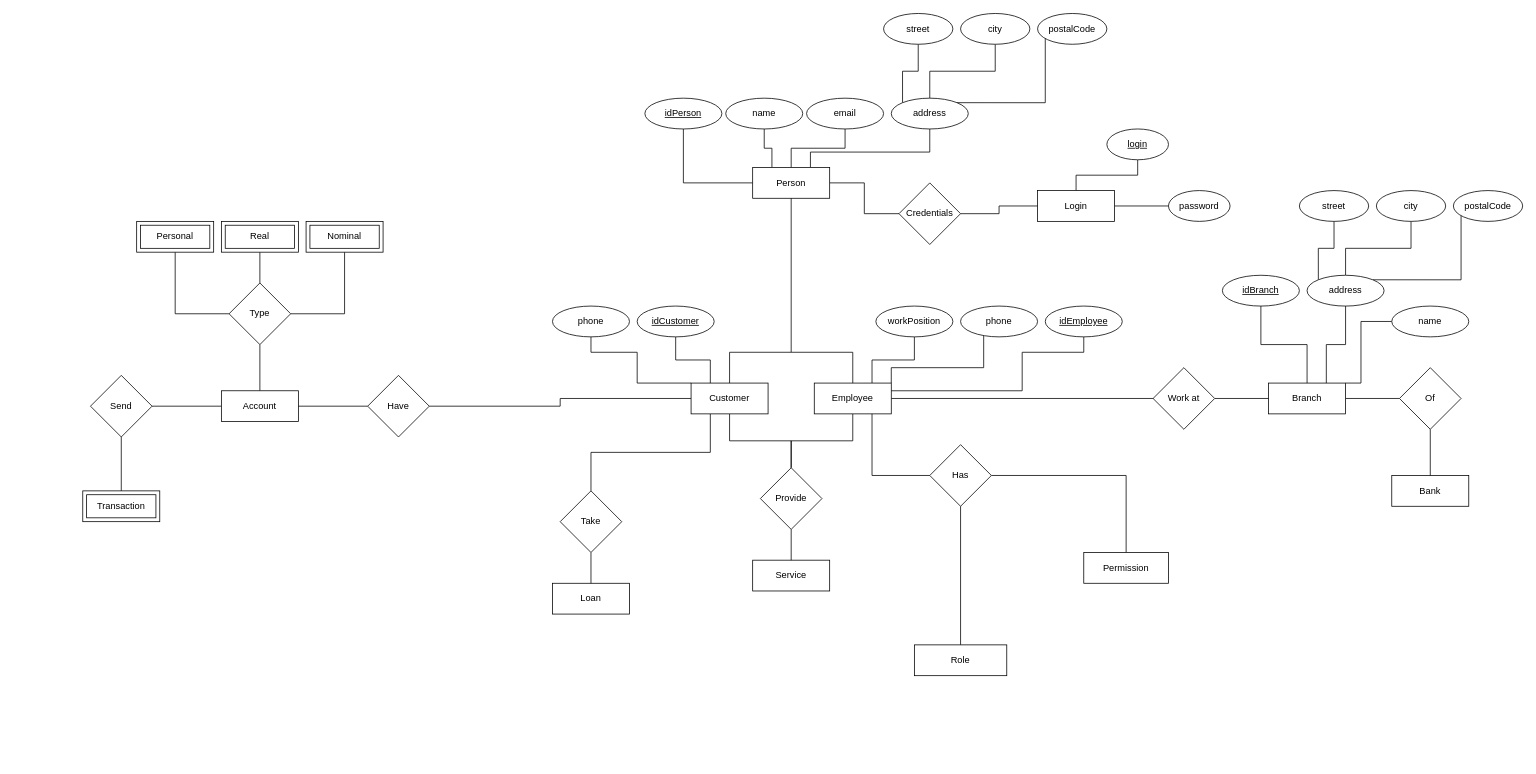
Before: Bank Management System.drawio in verbima1/B0B36DBS, a draw.io diagram. Source tidied: cells renumbered, new cells numbered last; positions are measured from the earlier drawing's top-left corner, leaving out a move shared by most shapes. Both pictures are drawn from the tidied source at 77%, with x=0, y=0 at pixel (82, 13).
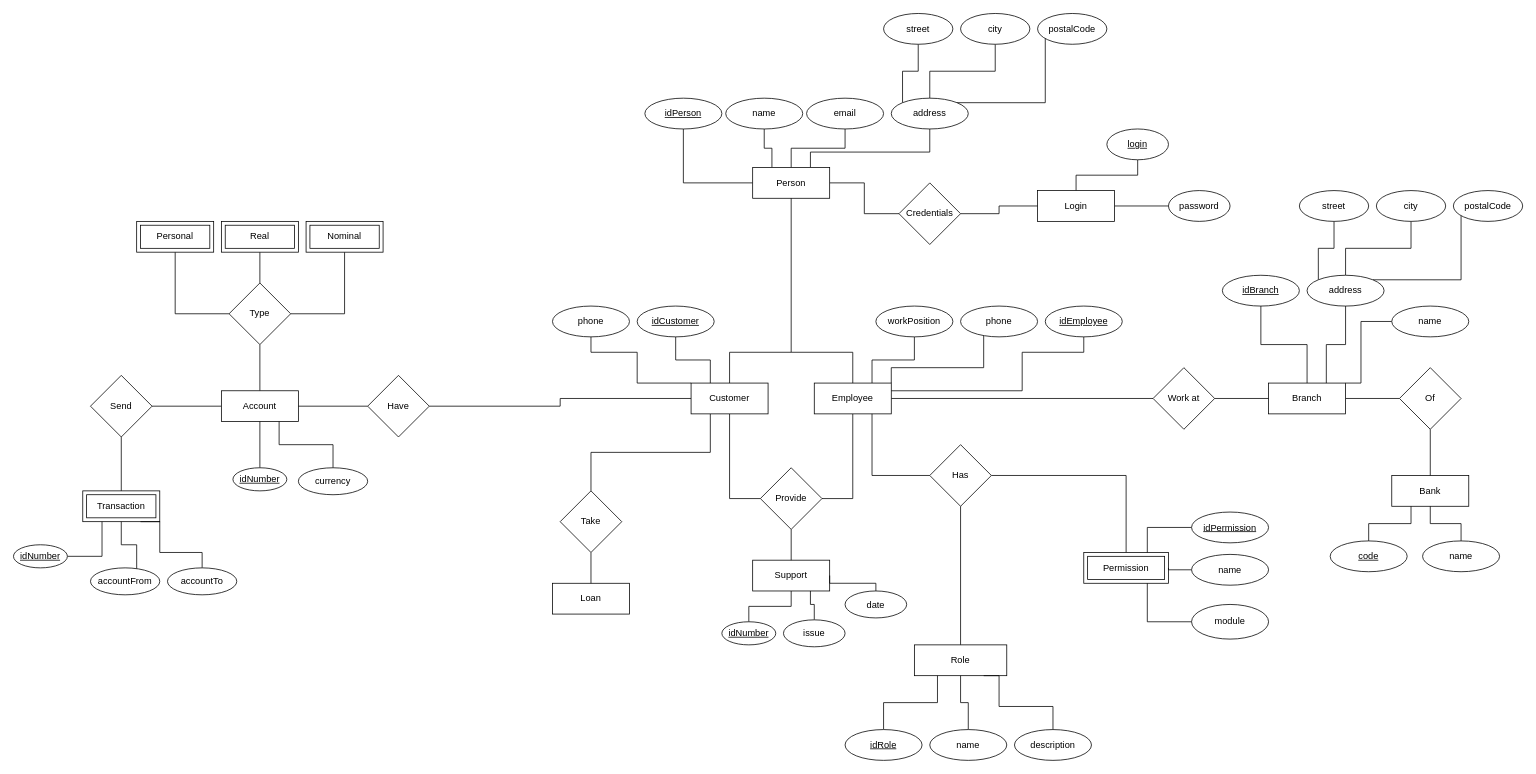
After the change.

Unchanged cells that the change refers to:
```xml
<mxCell id="13" value="Account" style="whiteSpace=wrap;html=1;align=center;" parent="1" vertex="1">
  <mxGeometry x="180" y="490" width="100" height="40" as="geometry" />
</mxCell>
<mxCell id="14" value="&lt;div&gt;Bank&lt;/div&gt;" style="whiteSpace=wrap;html=1;align=center;" parent="1" vertex="1">
  <mxGeometry x="1700" y="600" width="100" height="40" as="geometry" />
</mxCell>
<mxCell id="22" value="&lt;div&gt;Employee&lt;/div&gt;" style="whiteSpace=wrap;html=1;align=center;" parent="1" vertex="1">
  <mxGeometry x="950" y="480" width="100" height="40" as="geometry" />
</mxCell>
<mxCell id="26" value="Customer" style="whiteSpace=wrap;html=1;align=center;" parent="1" vertex="1">
  <mxGeometry x="790" y="480" width="100" height="40" as="geometry" />
</mxCell>
<mxCell id="37" value="Provide" style="rhombus;whiteSpace=wrap;html=1;" parent="1" vertex="1">
  <mxGeometry x="880" y="590" width="80" height="80" as="geometry" />
</mxCell>
<mxCell id="40" value="Transaction" style="shape=ext;margin=3;double=1;whiteSpace=wrap;html=1;align=center;" parent="1" vertex="1">
  <mxGeometry y="620" width="100" height="40" as="geometry" />
</mxCell>
<mxCell id="77" value="Role" style="whiteSpace=wrap;html=1;" parent="1" vertex="1">
  <mxGeometry x="1080" y="820" width="120" height="40" as="geometry" />
</mxCell>
```

Change to the diagram source:
```diff
@@
+    <mxCell id="91" style="edgeStyle=orthogonalEdgeStyle;rounded=0;jettySize=auto;html=1;entryX=0.5;entryY=0;entryDx=0;entryDy=0;endArrow=none;endFill=0;" parent="1" edge="1" source="17" target="102">
+      <mxGeometry relative="1" as="geometry" />
+    </mxCell>
-    <mxCell id="17" value="&lt;div&gt;Service&lt;/div&gt;" style="whiteSpace=wrap;html=1;align=center;" parent="1" vertex="1">
+    <mxCell id="17" value="Support" style="whiteSpace=wrap;html=1;align=center;" parent="1" vertex="1">
       <mxGeometry x="870" y="710" width="100" height="40" as="geometry" />
     </mxCell>
@@
-    <mxCell id="20" style="edgeStyle=orthogonalEdgeStyle;rounded=0;sketch=0;jettySize=auto;html=1;endArrow=none;endFill=0;" parent="1" edge="1" source="22" target="37">
+    <mxCell id="20" style="edgeStyle=orthogonalEdgeStyle;rounded=0;sketch=0;jettySize=auto;html=1;endArrow=none;endFill=0;entryX=1;entryY=0.5;entryDx=0;entryDy=0;" parent="1" edge="1" source="22" target="37">
       <mxGeometry relative="1" as="geometry" />
     </mxCell>
@@
-    <mxCell id="23" style="edgeStyle=orthogonalEdgeStyle;rounded=0;sketch=0;jettySize=auto;html=1;endArrow=none;endFill=0;" parent="1" edge="1" source="26" target="37">
+    <mxCell id="23" style="edgeStyle=orthogonalEdgeStyle;rounded=0;sketch=0;jettySize=auto;html=1;endArrow=none;endFill=0;entryX=0;entryY=0.5;entryDx=0;entryDy=0;" parent="1" edge="1" source="26" target="37">
       <mxGeometry relative="1" as="geometry" />
     </mxCell>
@@
-    <mxCell id="78" value="Permission" style="whiteSpace=wrap;html=1;" parent="1" vertex="1">
+    <mxCell id="78" value="Permission" style="shape=ext;margin=3;double=1;whiteSpace=wrap;html=1;align=center;" parent="1" vertex="1">
       <mxGeometry x="1300" y="700" width="110" height="40" as="geometry" />
     </mxCell>
@@
+    <mxCell id="92" style="edgeStyle=orthogonalEdgeStyle;rounded=0;jettySize=auto;html=1;entryX=0.25;entryY=1;entryDx=0;entryDy=0;endArrow=none;endFill=0;" parent="1" edge="1" source="93" target="40">
+      <mxGeometry relative="1" as="geometry" />
+    </mxCell>
+    <mxCell id="93" value="idNumber" style="ellipse;whiteSpace=wrap;html=1;align=center;fontStyle=4;" parent="1" vertex="1">
+      <mxGeometry x="-90" y="690" width="70" height="30" as="geometry" />
+    </mxCell>
+    <mxCell id="94" style="edgeStyle=orthogonalEdgeStyle;rounded=0;jettySize=auto;html=1;entryX=0.5;entryY=1;entryDx=0;entryDy=0;endArrow=none;endFill=0;" parent="1" edge="1" source="95" target="40">
+      <mxGeometry relative="1" as="geometry">
+        <Array as="points">
+          <mxPoint x="70" y="690" />
+          <mxPoint x="50" y="690" />
+        </Array>
+      </mxGeometry>
+    </mxCell>
+    <mxCell id="95" value="accountFrom" style="ellipse;whiteSpace=wrap;html=1;align=center;direction=south;" parent="1" vertex="1">
+      <mxGeometry x="10" y="720" width="90" height="35" as="geometry" />
+    </mxCell>
+    <mxCell id="96" style="edgeStyle=orthogonalEdgeStyle;rounded=0;jettySize=auto;html=1;entryX=0.75;entryY=1;entryDx=0;entryDy=0;endArrow=none;endFill=0;" parent="1" edge="1" source="97" target="40">
+      <mxGeometry relative="1" as="geometry">
+        <Array as="points">
+          <mxPoint x="155" y="700" />
+          <mxPoint x="100" y="700" />
+          <mxPoint x="100" y="660" />
+        </Array>
+      </mxGeometry>
+    </mxCell>
+    <mxCell id="97" value="accountTo" style="ellipse;whiteSpace=wrap;html=1;align=center;direction=south;" parent="1" vertex="1">
+      <mxGeometry x="110" y="720" width="90" height="35" as="geometry" />
+    </mxCell>
+    <mxCell id="98" style="edgeStyle=orthogonalEdgeStyle;rounded=0;jettySize=auto;html=1;endArrow=none;endFill=0;entryX=0.5;entryY=1;entryDx=0;entryDy=0;" parent="1" edge="1" source="99" target="13">
+      <mxGeometry relative="1" as="geometry" />
+    </mxCell>
+    <mxCell id="99" value="idNumber" style="ellipse;whiteSpace=wrap;html=1;align=center;fontStyle=4;" parent="1" vertex="1">
+      <mxGeometry x="195" y="590" width="70" height="30" as="geometry" />
+    </mxCell>
+    <mxCell id="100" style="edgeStyle=orthogonalEdgeStyle;rounded=0;jettySize=auto;html=1;entryX=0.75;entryY=1;entryDx=0;entryDy=0;endArrow=none;endFill=0;" parent="1" edge="1" source="101" target="13">
+      <mxGeometry relative="1" as="geometry" />
+    </mxCell>
+    <mxCell id="101" value="currency" style="ellipse;whiteSpace=wrap;html=1;align=center;direction=south;" parent="1" vertex="1">
+      <mxGeometry x="280" y="590" width="90" height="35" as="geometry" />
+    </mxCell>
+    <mxCell id="102" value="idNumber" style="ellipse;whiteSpace=wrap;html=1;align=center;fontStyle=4;" parent="1" vertex="1">
+      <mxGeometry x="830" y="790" width="70" height="30" as="geometry" />
+    </mxCell>
+    <mxCell id="103" style="edgeStyle=orthogonalEdgeStyle;rounded=0;jettySize=auto;html=1;entryX=0.75;entryY=1;entryDx=0;entryDy=0;endArrow=none;endFill=0;" parent="1" edge="1" source="104" target="17">
+      <mxGeometry relative="1" as="geometry" />
+    </mxCell>
+    <mxCell id="104" value="issue" style="ellipse;whiteSpace=wrap;html=1;" parent="1" vertex="1">
+      <mxGeometry x="910" y="787.5" width="80" height="35" as="geometry" />
+    </mxCell>
+    <mxCell id="105" style="edgeStyle=orthogonalEdgeStyle;rounded=0;jettySize=auto;html=1;entryX=1;entryY=0.5;entryDx=0;entryDy=0;endArrow=none;endFill=0;" parent="1" edge="1" source="106" target="17">
+      <mxGeometry relative="1" as="geometry">
+        <Array as="points">
+          <mxPoint x="1030" y="740" />
+          <mxPoint x="970" y="740" />
+        </Array>
+      </mxGeometry>
+    </mxCell>
+    <mxCell id="106" value="date" style="ellipse;whiteSpace=wrap;html=1;" parent="1" vertex="1">
+      <mxGeometry x="990" y="750" width="80" height="35" as="geometry" />
+    </mxCell>
+    <mxCell id="107" style="edgeStyle=orthogonalEdgeStyle;rounded=0;jettySize=auto;html=1;entryX=0.25;entryY=1;entryDx=0;entryDy=0;endArrow=none;endFill=0;" parent="1" edge="1" source="108" target="14">
+      <mxGeometry relative="1" as="geometry" />
+    </mxCell>
+    <mxCell id="108" value="code" style="ellipse;whiteSpace=wrap;html=1;align=center;fontStyle=4;" parent="1" vertex="1">
+      <mxGeometry x="1620" y="685" width="100" height="40" as="geometry" />
+    </mxCell>
+    <mxCell id="109" style="edgeStyle=orthogonalEdgeStyle;rounded=0;jettySize=auto;html=1;entryX=0.5;entryY=1;entryDx=0;entryDy=0;endArrow=none;endFill=0;" parent="1" edge="1" source="110" target="14">
+      <mxGeometry relative="1" as="geometry" />
+    </mxCell>
+    <mxCell id="110" value="name" style="ellipse;whiteSpace=wrap;html=1;align=center;" parent="1" vertex="1">
+      <mxGeometry x="1740" y="685" width="100" height="40" as="geometry" />
+    </mxCell>
+    <mxCell id="111" style="edgeStyle=orthogonalEdgeStyle;rounded=0;jettySize=auto;html=1;entryX=0.75;entryY=0;entryDx=0;entryDy=0;endArrow=none;endFill=0;" parent="1" edge="1" source="112" target="78">
+      <mxGeometry relative="1" as="geometry" />
+    </mxCell>
+    <mxCell id="112" value="&lt;div&gt;idPermission&lt;/div&gt;" style="ellipse;whiteSpace=wrap;html=1;align=center;fontStyle=4;" parent="1" vertex="1">
+      <mxGeometry x="1440" y="647.5" width="100" height="40" as="geometry" />
+    </mxCell>
+    <mxCell id="113" style="edgeStyle=orthogonalEdgeStyle;rounded=0;jettySize=auto;html=1;exitX=0;exitY=0.5;exitDx=0;exitDy=0;entryX=1;entryY=0.5;entryDx=0;entryDy=0;endArrow=none;endFill=0;" parent="1" edge="1" source="114" target="78">
+      <mxGeometry relative="1" as="geometry" />
+    </mxCell>
+    <mxCell id="114" value="name" style="ellipse;whiteSpace=wrap;html=1;align=center;" parent="1" vertex="1">
+      <mxGeometry x="1440" y="702.5" width="100" height="40" as="geometry" />
+    </mxCell>
+    <mxCell id="115" style="edgeStyle=orthogonalEdgeStyle;rounded=0;jettySize=auto;html=1;entryX=0.75;entryY=1;entryDx=0;entryDy=0;endArrow=none;endFill=0;" parent="1" edge="1" source="116" target="78">
+      <mxGeometry relative="1" as="geometry" />
+    </mxCell>
+    <mxCell id="116" value="module" style="ellipse;whiteSpace=wrap;html=1;align=center;" parent="1" vertex="1">
+      <mxGeometry x="1440" y="767.5" width="100" height="45" as="geometry" />
+    </mxCell>
+    <mxCell id="117" style="edgeStyle=orthogonalEdgeStyle;rounded=0;jettySize=auto;html=1;entryX=0.25;entryY=1;entryDx=0;entryDy=0;endArrow=none;endFill=0;" parent="1" edge="1" source="118" target="77">
+      <mxGeometry relative="1" as="geometry" />
+    </mxCell>
+    <mxCell id="118" value="&lt;div&gt;idRole&lt;/div&gt;" style="ellipse;whiteSpace=wrap;html=1;align=center;fontStyle=4;" parent="1" vertex="1">
+      <mxGeometry x="990" y="930" width="100" height="40" as="geometry" />
+    </mxCell>
+    <mxCell id="119" style="edgeStyle=orthogonalEdgeStyle;rounded=0;jettySize=auto;html=1;entryX=0.5;entryY=1;entryDx=0;entryDy=0;endArrow=none;endFill=0;" parent="1" edge="1" source="120" target="77">
+      <mxGeometry relative="1" as="geometry" />
+    </mxCell>
+    <mxCell id="120" value="name" style="ellipse;whiteSpace=wrap;html=1;align=center;" parent="1" vertex="1">
+      <mxGeometry x="1100" y="930" width="100" height="40" as="geometry" />
+    </mxCell>
+    <mxCell id="121" style="edgeStyle=orthogonalEdgeStyle;rounded=0;jettySize=auto;html=1;entryX=0.75;entryY=1;entryDx=0;entryDy=0;endArrow=none;endFill=0;" parent="1" edge="1" source="122" target="77">
+      <mxGeometry relative="1" as="geometry">
+        <Array as="points">
+          <mxPoint x="1260" y="900" />
+          <mxPoint x="1190" y="900" />
+          <mxPoint x="1190" y="860" />
+        </Array>
+      </mxGeometry>
+    </mxCell>
+    <mxCell id="122" value="description" style="ellipse;whiteSpace=wrap;html=1;align=center;" parent="1" vertex="1">
+      <mxGeometry x="1210" y="930" width="100" height="40" as="geometry" />
+    </mxCell>
```
